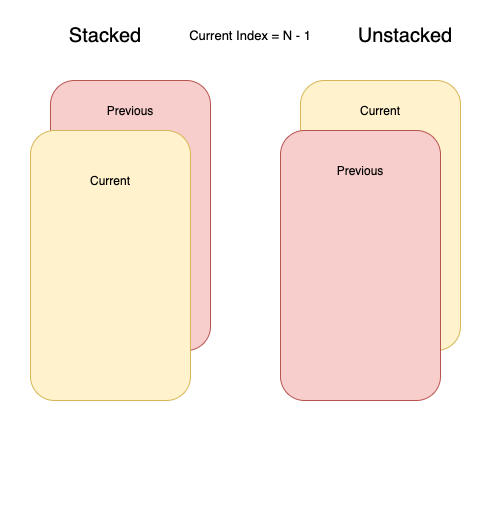
Earlier version of the draw.io export cards_final_layout.png (DanielCardonaRojas/flicked_cards). Source tidied: cells renumbered, new cells last; positions are measured from the earlier drawing's top-left corner, leaving out a move shared by most shapes.
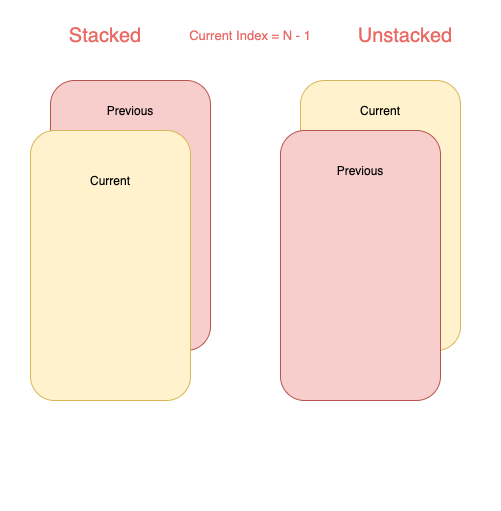
After the change.

Change to the diagram source:
```diff
@@ -35,16 +35,16 @@
     <mxCell id="12" value="Previous" style="text;html=1;strokeColor=none;fillColor=none;align=center;verticalAlign=middle;whiteSpace=wrap;rounded=0;" parent="8" vertex="1">
       <mxGeometry x="40" y="90" width="40" height="20" as="geometry" />
     </mxCell>
-    <mxCell id="13" value="Unstacked" style="text;html=1;strokeColor=none;fillColor=none;align=center;verticalAlign=middle;whiteSpace=wrap;rounded=0;opacity=70;fontSize=20;" parent="1" vertex="1">
+    <mxCell id="13" value="Unstacked" style="text;html=1;strokeColor=none;fillColor=none;align=center;verticalAlign=middle;whiteSpace=wrap;rounded=0;opacity=70;fontSize=20;fontColor=#EA6B66;" parent="1" vertex="1">
       <mxGeometry x="310" y="15" width="170" height="20" as="geometry" />
     </mxCell>
-    <mxCell id="14" value="Stacked" style="text;html=1;strokeColor=none;fillColor=none;align=center;verticalAlign=middle;whiteSpace=wrap;rounded=0;opacity=70;fontSize=20;" parent="1" vertex="1">
+    <mxCell id="14" value="Stacked" style="text;html=1;strokeColor=none;fillColor=none;align=center;verticalAlign=middle;whiteSpace=wrap;rounded=0;opacity=70;fontSize=20;fontColor=#EA6B66;" parent="1" vertex="1">
       <mxGeometry x="10" y="15" width="170" height="20" as="geometry" />
     </mxCell>
-    <mxCell id="15" style="edgeStyle=orthogonalEdgeStyle;rounded=0;orthogonalLoop=1;jettySize=auto;html=1;exitX=0.5;exitY=1;exitDx=0;exitDy=0;" parent="1" edge="1" source="13" target="13">
+    <mxCell id="15" style="edgeStyle=orthogonalEdgeStyle;rounded=0;orthogonalLoop=1;jettySize=auto;html=1;exitX=0.5;exitY=1;exitDx=0;exitDy=0;fontColor=#EA6B66;" parent="1" edge="1" source="13" target="13">
       <mxGeometry relative="1" as="geometry" />
     </mxCell>
-    <mxCell id="16" value="Current Index = N - 1" style="text;html=1;strokeColor=none;fillColor=none;align=center;verticalAlign=middle;whiteSpace=wrap;rounded=0;fontSize=13;opacity=70;" parent="1" vertex="1">
+    <mxCell id="16" value="Current Index = N - 1" style="text;html=1;strokeColor=none;fillColor=none;align=center;verticalAlign=middle;whiteSpace=wrap;rounded=0;fontSize=13;opacity=70;fontColor=#EA6B66;" parent="1" vertex="1">
       <mxGeometry x="170" width="140" height="50" as="geometry" />
     </mxCell>
   </root>
```
